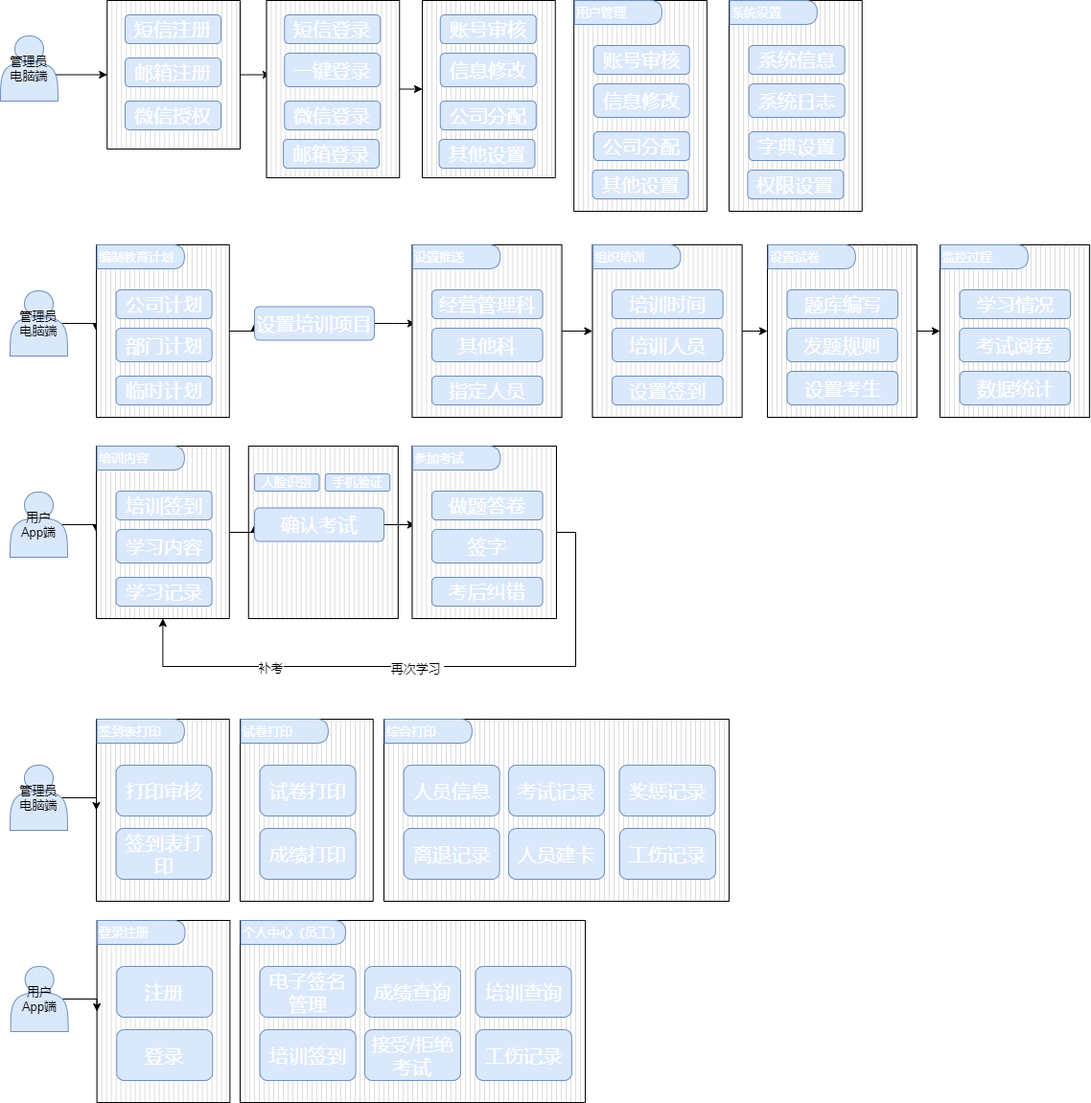
The draw.io diagram Untitled Diagram.drawio.png in lenonjone/Toolkits, before a commit. Source tidied: cells renumbered, new cells last; positions are measured from the earlier drawing's top-left corner, leaving out a move shared by most shapes.
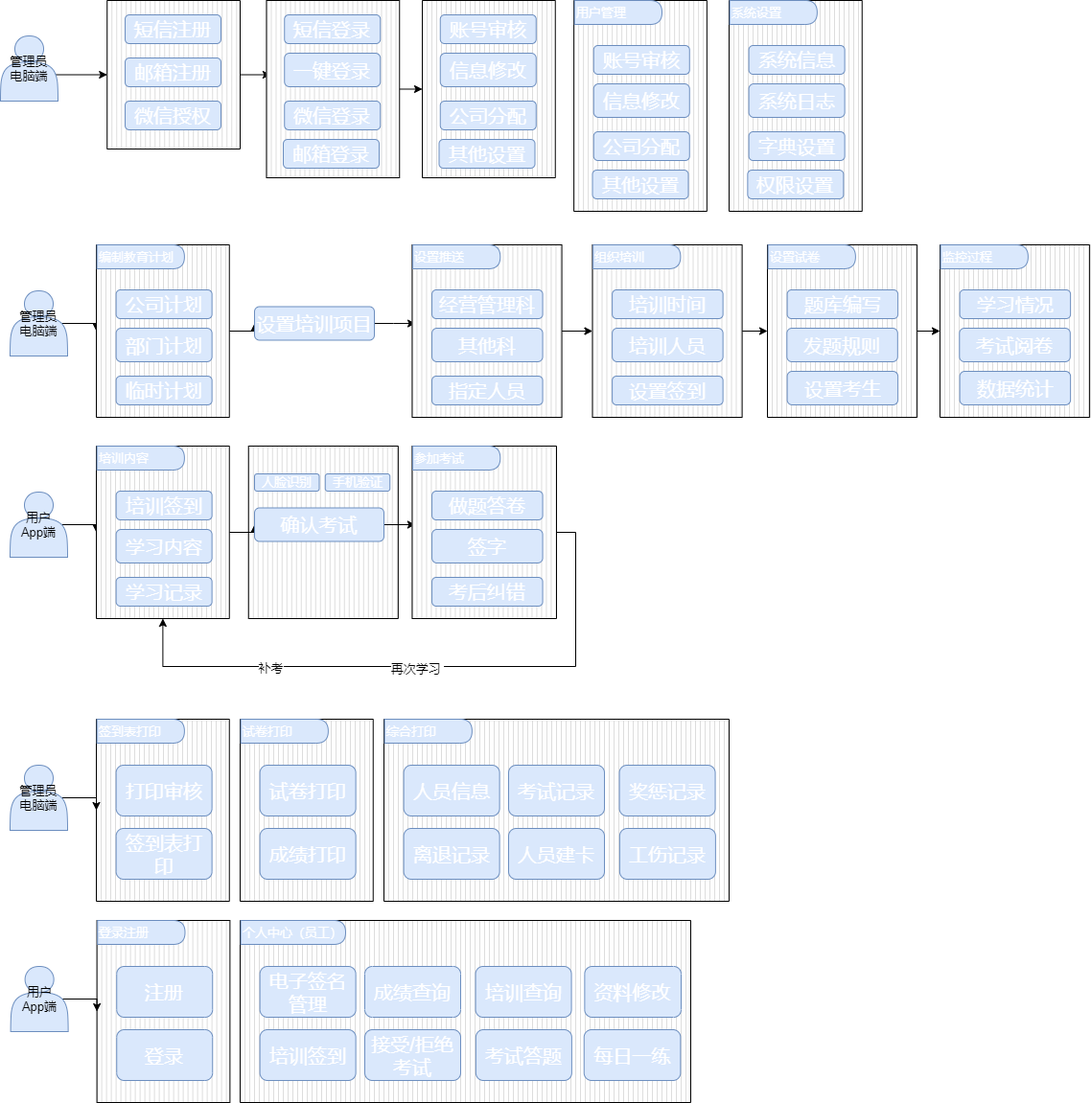
Above is the later version.

Diff of the diagram source:
```diff
@@ -335,7 +335,7 @@
       <mxGeometry x="101.2" y="960" width="91.2" height="25" as="geometry" />
     </mxCell>
     <mxCell id="110" style="verticalLabelPosition=bottom;verticalAlign=top;html=1;shape=mxgraph.basic.patternFillRect;fillStyle=vert;step=5;fillStrokeWidth=0.2;fillStrokeColor=#dddddd;fontSize=13;fontColor=#FFFFFF;" parent="1" vertex="1">
-      <mxGeometry x="250" y="960" width="360" height="190" as="geometry" />
+      <mxGeometry x="250" y="960" width="470" height="190" as="geometry" />
     </mxCell>
     <mxCell id="111" value="电子签名管理" style="rounded=1;whiteSpace=wrap;html=1;fillColor=#dae8fc;strokeColor=#6c8ebf;fontColor=#FFFFFF;fontStyle=0;fontSize=20;" parent="1" vertex="1">
       <mxGeometry x="270.6" y="1008" width="100" height="53" as="geometry" />
@@ -355,8 +355,14 @@
     <mxCell id="116" value="培训查询" style="rounded=1;whiteSpace=wrap;html=1;fillColor=#dae8fc;strokeColor=#6c8ebf;fontColor=#FFFFFF;fontStyle=0;fontSize=20;" parent="1" vertex="1">
       <mxGeometry x="495.6" y="1008" width="100" height="53" as="geometry" />
     </mxCell>
-    <mxCell id="117" value="工伤记录" style="rounded=1;whiteSpace=wrap;html=1;fillColor=#dae8fc;strokeColor=#6c8ebf;fontColor=#FFFFFF;fontStyle=0;fontSize=20;" parent="1" vertex="1">
+    <mxCell id="117" value="考试答题" style="rounded=1;whiteSpace=wrap;html=1;fillColor=#dae8fc;strokeColor=#6c8ebf;fontColor=#FFFFFF;fontStyle=0;fontSize=20;" parent="1" vertex="1">
       <mxGeometry x="495.9" y="1074" width="100" height="53" as="geometry" />
     </mxCell>
+    <mxCell id="118" value="资料修改" style="rounded=1;whiteSpace=wrap;html=1;fillColor=#dae8fc;strokeColor=#6c8ebf;fontColor=#FFFFFF;fontStyle=0;fontSize=20;" parent="1" vertex="1">
+      <mxGeometry x="609.4" y="1008" width="100.6" height="53" as="geometry" />
+    </mxCell>
+    <mxCell id="119" value="每日一练" style="rounded=1;whiteSpace=wrap;html=1;fillColor=#dae8fc;strokeColor=#6c8ebf;fontColor=#FFFFFF;fontStyle=0;fontSize=20;" parent="1" vertex="1">
+      <mxGeometry x="608.7" y="1074" width="100.6" height="53" as="geometry" />
+    </mxCell>
   </root>
 </mxGraphModel>
```
